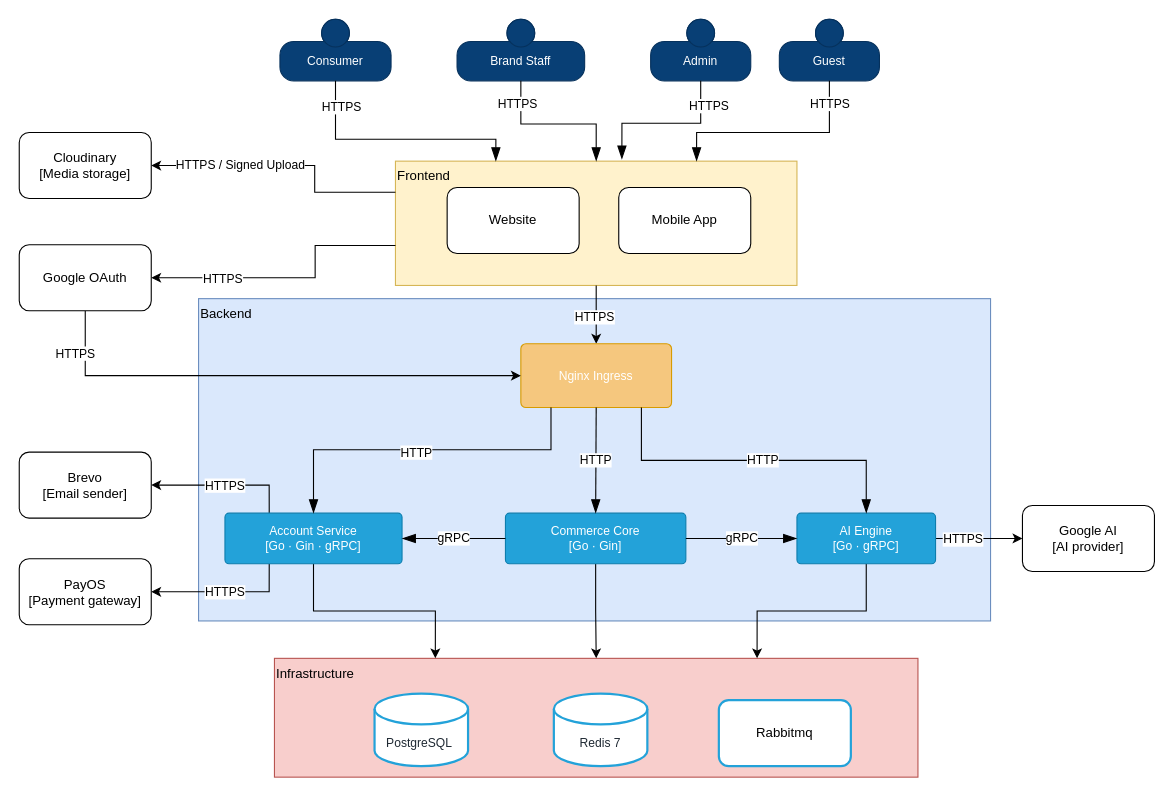
This is docs/system-design/presentation/drawio/c4-level2-container.drawio from hycat-team/smart-wardrobe-be, a draw.io file, before an edit. Source tidied: cells renumbered, new cells numbered last; positions are measured from the earlier drawing's top-left corner, leaving out a move shared by most shapes. Both pictures are drawn from the tidied source at 110%, with x=0, y=0 at pixel (19, 19). Pictures stored in the file or linked from it are replaced by grey dashed boxes.
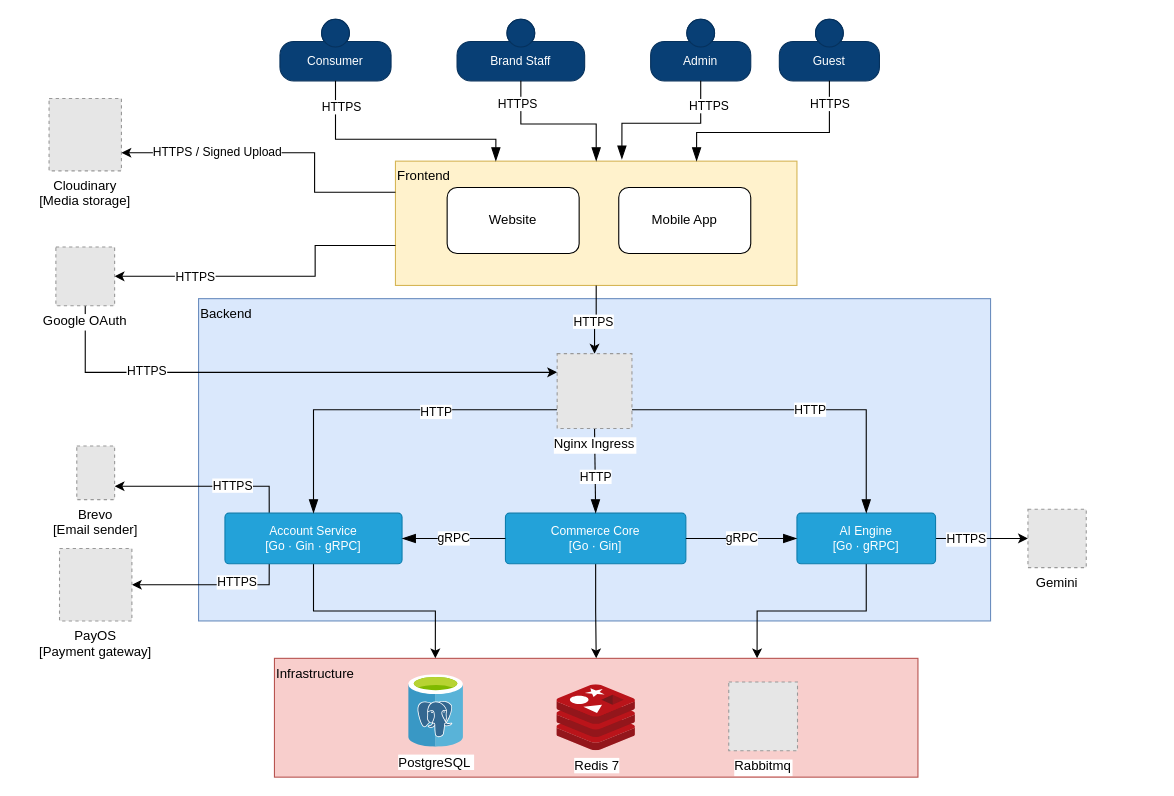
The same diagram, later.

Commit message (it also covers changes not shown here):
chore: add logo to c4 diagram

Unchanged cells that the change refers to:
```xml
<mxCell id="2" value="Frontend" style="rounded=0;whiteSpace=wrap;html=1;fillColor=#fff2cc;strokeColor=#d6b656;verticalAlign=top;align=left;" parent="1" vertex="1">
  <mxGeometry x="342" y="129" width="365" height="113" as="geometry" />
</mxCell>
<mxCell id="31" value="Account Service&lt;br&gt;[Go · Gin · gRPC]" style="rounded=1;arcSize=8;html=1;whiteSpace=wrap;fontSize=11;fontColor=#FFFFFF;align=center;verticalAlign=middle;fillColor=#23A2D9;strokeColor=#0E7DAD;" parent="1" vertex="1">
  <mxGeometry x="187" y="449" width="161" height="46" as="geometry" />
</mxCell>
<mxCell id="33" value="Commerce Core&lt;br&gt;[Go · Gin]" style="rounded=1;arcSize=8;html=1;whiteSpace=wrap;fontSize=11;fontColor=#FFFFFF;align=center;verticalAlign=middle;fillColor=#23A2D9;strokeColor=#0E7DAD;" parent="1" vertex="1">
  <mxGeometry x="442" y="449" width="164" height="46" as="geometry" />
</mxCell>
<mxCell id="37" value="AI Engine&lt;br&gt;[Go · gRPC]" style="rounded=1;arcSize=8;html=1;whiteSpace=wrap;fontSize=11;fontColor=#FFFFFF;align=center;verticalAlign=middle;fillColor=#23A2D9;strokeColor=#0E7DAD;" parent="1" vertex="1">
  <mxGeometry x="707" y="449" width="126" height="46" as="geometry" />
</mxCell>
```

The edit, as a diff of the source:
```diff
@@
-    <mxCell id="16" style="edgeStyle=orthogonalEdgeStyle;rounded=0;jettySize=auto;html=1;" parent="1" edge="1" source="2" target="25">
+    <mxCell id="16" style="edgeStyle=orthogonalEdgeStyle;rounded=0;jettySize=auto;html=1;entryX=0.5;entryY=0;entryDx=0;entryDy=0;" parent="1" edge="1" source="2" target="25">
       <mxGeometry relative="1" as="geometry" />
     </mxCell>
@@
-    <mxCell id="18" style="edgeStyle=orthogonalEdgeStyle;rounded=0;jettySize=auto;html=1;entryX=1;entryY=0.5;entryDx=0;entryDy=0;exitX=0;exitY=0.25;exitDx=0;exitDy=0;" parent="1" edge="1" source="2" target="48">
+    <mxCell id="18" style="edgeStyle=orthogonalEdgeStyle;rounded=0;jettySize=auto;html=1;entryX=1;entryY=0.75;entryDx=0;entryDy=0;exitX=0;exitY=0.25;exitDx=0;exitDy=0;" parent="1" edge="1" source="2" target="48">
       <mxGeometry relative="1" as="geometry">
         <Array as="points">
-          <mxPoint x="268.6" y="157.3" />
-          <mxPoint x="268.6" y="133" />
+          <mxPoint x="268.5" y="157.3" />
+          <mxPoint x="268.5" y="121.3" />
         </Array>
       </mxGeometry>
     </mxCell>
@@
     <mxCell id="21" style="edgeStyle=orthogonalEdgeStyle;rounded=0;jettySize=auto;html=1;entryX=1;entryY=0.5;entryDx=0;entryDy=0;" parent="1" edge="1" source="2" target="51">
       <mxGeometry relative="1" as="geometry">
         <Array as="points">
           <mxPoint x="269" y="205.7" />
-          <mxPoint x="269" y="235" />
+          <mxPoint x="269" y="233.7" />
         </Array>
       </mxGeometry>
     </mxCell>
@@
-    <mxCell id="25" value="Nginx Ingress" style="rounded=1;arcSize=8;html=1;whiteSpace=wrap;fontSize=11;fontColor=#FFFFFF;align=center;verticalAlign=middle;fillColor=#F5C77E;strokeColor=#D79B00;" parent="1" vertex="1">
-      <mxGeometry x="456" y="295" width="137" height="58" as="geometry" />
-    </mxCell>
-    <mxCell id="26" style="edgeStyle=orthogonalEdgeStyle;rounded=0;jettySize=auto;html=1;exitX=0.25;exitY=0;exitDx=0;exitDy=0;" parent="1" edge="1" source="31" target="53">
-      <mxGeometry relative="1" as="geometry" />
+    <mxCell id="26" style="edgeStyle=orthogonalEdgeStyle;rounded=0;jettySize=auto;html=1;exitX=0.25;exitY=0;exitDx=0;exitDy=0;entryX=1;entryY=0.75;entryDx=0;entryDy=0;" parent="1" edge="1" source="31" target="53">
+      <mxGeometry relative="1" as="geometry">
+        <Array as="points">
+          <mxPoint x="227.3" y="424.5" />
+        </Array>
+      </mxGeometry>
     </mxCell>
     <mxCell id="27" value="HTTPS" style="edgeLabel;html=1;align=center;verticalAlign=middle;" parent="26" vertex="1">
       <mxGeometry x="0.08" y="-5" relative="1" as="geometry">
-        <mxPoint x="6" y="5" as="offset" />
+        <mxPoint x="31" y="4" as="offset" />
       </mxGeometry>
     </mxCell>
     <mxCell id="28" style="edgeStyle=orthogonalEdgeStyle;rounded=0;jettySize=auto;html=1;entryX=1;entryY=0.5;entryDx=0;entryDy=0;exitX=0.25;exitY=1;exitDx=0;exitDy=0;" parent="1" edge="1" source="31" target="54">
       <mxGeometry relative="1" as="geometry">
         <Array as="points">
-          <mxPoint x="227.3" y="520.5" />
+          <mxPoint x="227.3" y="514.1" />
         </Array>
       </mxGeometry>
     </mxCell>
     <mxCell id="29" value="HTTPS" style="edgeLabel;html=1;align=center;verticalAlign=middle;" parent="28" vertex="1">
       <mxGeometry x="0.23" y="-2" relative="1" as="geometry">
-        <mxPoint x="16" y="2" as="offset" />
+        <mxPoint x="39" y="-1" as="offset" />
       </mxGeometry>
     </mxCell>
@@
-    <mxCell id="34" style="edgeStyle=orthogonalEdgeStyle;rounded=0;jettySize=auto;html=1;" parent="1" edge="1" source="37" target="52">
+    <mxCell id="34" style="edgeStyle=orthogonalEdgeStyle;rounded=0;jettySize=auto;html=1;entryX=0;entryY=0.5;entryDx=0;entryDy=0;" parent="1" edge="1" source="37" target="55">
       <mxGeometry relative="1" as="geometry" />
     </mxCell>
@@
-    <mxCell id="38" style="rounded=0;html=1;fontSize=11;fontColor=default;strokeColor=#000000;labelBackgroundColor=default;endArrow=blockThin;endFill=1;endSize=10;exitX=0.2;exitY=1;exitDx=0;exitDy=0;entryX=0.5;entryY=0;entryDx=0;entryDy=0;edgeStyle=orthogonalEdgeStyle;" parent="1" edge="1" source="25" target="31">
+    <mxCell id="38" style="rounded=0;html=1;fontSize=11;fontColor=default;strokeColor=#000000;labelBackgroundColor=default;endArrow=blockThin;endFill=1;endSize=10;exitX=0;exitY=0.75;exitDx=0;exitDy=0;entryX=0.5;entryY=0;entryDx=0;entryDy=0;edgeStyle=orthogonalEdgeStyle;" parent="1" edge="1" source="25" target="31">
       <mxGeometry relative="1" as="geometry">
         <Array as="points">
-          <mxPoint x="483.4" y="391.4" />
-          <mxPoint x="267.6" y="391.4" />
+          <mxPoint x="267.5" y="355" />
         </Array>
       </mxGeometry>
     </mxCell>
     <mxCell id="39" value="&lt;span style=&quot;&quot;&gt;HTTP&lt;/span&gt;" style="edgeLabel;html=1;align=center;verticalAlign=middle;fontColor=default;" parent="38" vertex="1">
-      <mxGeometry x="0.03" y="2" relative="1" as="geometry" />
+      <mxGeometry x="0.03" y="2" relative="1" as="geometry">
+        <mxPoint x="51" y="-1" as="offset" />
+      </mxGeometry>
     </mxCell>
     <mxCell id="40" value="HTTP" style="rounded=0;html=1;fontSize=11;fontColor=default;strokeColor=#000000;labelBackgroundColor=default;endArrow=blockThin;endFill=1;endSize=10;exitX=0.5;exitY=1;exitDx=0;exitDy=0;entryX=0.5;entryY=0;entryDx=0;entryDy=0;" parent="1" edge="1" source="25" target="33">
-      <mxGeometry relative="1" as="geometry" />
+      <mxGeometry x="0.15" relative="1" as="geometry" />
     </mxCell>
-    <mxCell id="41" style="rounded=0;html=1;fontSize=11;fontColor=default;strokeColor=#000000;labelBackgroundColor=default;endArrow=blockThin;endFill=1;endSize=10;exitX=0.8;exitY=1;exitDx=0;exitDy=0;entryX=0.5;entryY=0;entryDx=0;entryDy=0;edgeStyle=orthogonalEdgeStyle;" parent="1" edge="1" source="25" target="37">
+    <mxCell id="41" style="rounded=0;html=1;fontSize=11;fontColor=default;strokeColor=#000000;labelBackgroundColor=default;endArrow=blockThin;endFill=1;endSize=10;exitX=1;exitY=0.75;exitDx=0;exitDy=0;entryX=0.5;entryY=0;entryDx=0;entryDy=0;edgeStyle=orthogonalEdgeStyle;" parent="1" edge="1" source="25" target="37">
       <mxGeometry relative="1" as="geometry" />
     </mxCell>
@@
-    <mxCell id="45" value="PostgreSQL&amp;nbsp;" style="shape=cylinder3;size=14;boundedLbl=1;whiteSpace=wrap;html=1;fontSize=11;fontColor=#1F2933;align=center;verticalAlign=middle;fillColor=#FFFFFF;strokeColor=#23A2D9;strokeWidth=2;" parent="1" vertex="1">
-      <mxGeometry x="323" y="613" width="85" height="66" as="geometry" />
-    </mxCell>
-    <mxCell id="46" value="Redis 7" style="shape=cylinder3;size=14;boundedLbl=1;whiteSpace=wrap;html=1;fontSize=11;fontColor=#1F2933;align=center;verticalAlign=middle;fillColor=#FFFFFF;strokeColor=#23A2D9;strokeWidth=2;" parent="1" vertex="1">
-      <mxGeometry x="486" y="613" width="85" height="66" as="geometry" />
-    </mxCell>
-    <mxCell id="47" value="Rabbitmq" style="rounded=1;whiteSpace=wrap;html=1;strokeColor=light-dark(#23a2d9, #ededed);strokeWidth=2;" parent="1" vertex="1">
-      <mxGeometry x="636" y="619" width="120" height="60" as="geometry" />
-    </mxCell>
-    <mxCell id="48" value="Cloudinary&lt;div&gt;[Media storage]&lt;/div&gt;" style="rounded=1;whiteSpace=wrap;html=1;" parent="1" vertex="1">
-      <mxGeometry y="103" width="120" height="60" as="geometry" />
-    </mxCell>
-    <mxCell id="49" style="edgeStyle=orthogonalEdgeStyle;rounded=0;jettySize=auto;html=1;entryX=0;entryY=0.5;entryDx=0;entryDy=0;" parent="1" edge="1" source="51" target="25">
+    <mxCell id="49" style="edgeStyle=orthogonalEdgeStyle;rounded=0;jettySize=auto;html=1;entryX=0;entryY=0.25;entryDx=0;entryDy=0;exitX=0.5;exitY=1;exitDx=0;exitDy=0;" parent="1" edge="1" source="51" target="25">
       <mxGeometry relative="1" as="geometry">
         <Array as="points">
-          <mxPoint x="60" y="324" />
+          <mxPoint x="60" y="321" />
         </Array>
       </mxGeometry>
     </mxCell>
     <mxCell id="50" value="HTTPS" style="edgeLabel;html=1;align=center;verticalAlign=middle;" parent="49" vertex="1">
       <mxGeometry x="-0.34" y="2" relative="1" as="geometry">
-        <mxPoint x="-101" y="-19" as="offset" />
+        <mxPoint x="-46" as="offset" />
       </mxGeometry>
     </mxCell>
+    <mxCell id="46" value="Redis 7" style="image;sketch=0;html=1;align=center;fontSize=12;image=img/lib/mscae/Cache_Redis_Product.svg;" parent="1" vertex="1">
+      <mxGeometry x="488.8" y="605" width="71.4" height="60" as="geometry" />
+    </mxCell>
+    <mxCell id="45" value="PostgreSQL&amp;nbsp;" style="image;sketch=0;html=1;align=center;fontSize=12;image=img/lib/mscae/Azure_Database_for_PostgreSQL_servers.svg;" parent="1" vertex="1">
+      <mxGeometry x="354" y="596" width="50" height="65.8" as="geometry" />
+    </mxCell>
+    <mxCell id="47" value="Rabbitmq" style="fillColor=#E6E6E6;strokeColor=#999999;dashed=1;verticalLabelPosition=bottom;labelBackgroundColor=default;verticalAlign=top;" parent="1" vertex="1">
+      <mxGeometry x="645" y="602.5" width="62.5" height="62.5" as="geometry" />
+    </mxCell>
+    <mxCell id="25" value="Nginx Ingress" style="fillColor=#E6E6E6;strokeColor=#999999;dashed=1;verticalLabelPosition=bottom;labelBackgroundColor=default;verticalAlign=top;" parent="1" vertex="1">
+      <mxGeometry x="489" y="304" width="68" height="68" as="geometry" />
+    </mxCell>
+    <mxCell id="48" value="Cloudinary&#10;[Media storage]" style="fillColor=#E6E6E6;strokeColor=#999999;dashed=1;verticalLabelPosition=bottom;labelBackgroundColor=default;verticalAlign=top;" parent="1" vertex="1">
+      <mxGeometry x="27.1" y="72" width="65.8" height="65.8" as="geometry" />
+    </mxCell>
-    <mxCell id="51" value="Google OAuth" style="rounded=1;whiteSpace=wrap;html=1;" parent="1" vertex="1">
-      <mxGeometry y="205" width="120" height="60" as="geometry" />
+    <mxCell id="51" value="Google OAuth" style="fillColor=#E6E6E6;strokeColor=#999999;dashed=1;verticalLabelPosition=bottom;labelBackgroundColor=default;verticalAlign=top;" parent="1" vertex="1">
+      <mxGeometry x="33.3" y="207" width="53.4" height="53.4" as="geometry" />
     </mxCell>
-    <mxCell id="52" value="Google AI&lt;div&gt;[AI provider]&lt;/div&gt;" style="rounded=1;whiteSpace=wrap;html=1;" parent="1" vertex="1">
-      <mxGeometry x="912" y="442" width="120" height="60" as="geometry" />
-    </mxCell>
+    <mxCell id="55" value="Gemini" style="fillColor=#E6E6E6;strokeColor=#999999;dashed=1;verticalLabelPosition=bottom;labelBackgroundColor=default;verticalAlign=top;" parent="1" vertex="1">
+      <mxGeometry x="917" y="445.5" width="53" height="53" as="geometry" />
+    </mxCell>
-    <mxCell id="53" value="Brevo&lt;div&gt;[Email sender]&lt;/div&gt;" style="rounded=1;whiteSpace=wrap;html=1;" parent="1" vertex="1">
-      <mxGeometry y="393.5" width="120" height="60" as="geometry" />
+    <mxCell id="53" value="Brevo&#10;[Email sender]" style="fillColor=#E6E6E6;strokeColor=#999999;dashed=1;verticalLabelPosition=bottom;labelBackgroundColor=default;verticalAlign=top;" parent="1" vertex="1">
+      <mxGeometry x="52.3" y="388" width="34.4" height="48.7" as="geometry" />
     </mxCell>
-    <mxCell id="54" value="PayOS&lt;br&gt;[Payment gateway]" style="rounded=1;whiteSpace=wrap;html=1;" parent="1" vertex="1">
-      <mxGeometry y="490.5" width="120" height="60" as="geometry" />
+    <mxCell id="54" value="PayOS&#10;[Payment gateway]" style="fillColor=#E6E6E6;strokeColor=#999999;dashed=1;verticalLabelPosition=bottom;labelBackgroundColor=default;verticalAlign=top;" parent="1" vertex="1">
+      <mxGeometry x="36.6" y="481.2" width="65.8" height="65.8" as="geometry" />
     </mxCell>
```
